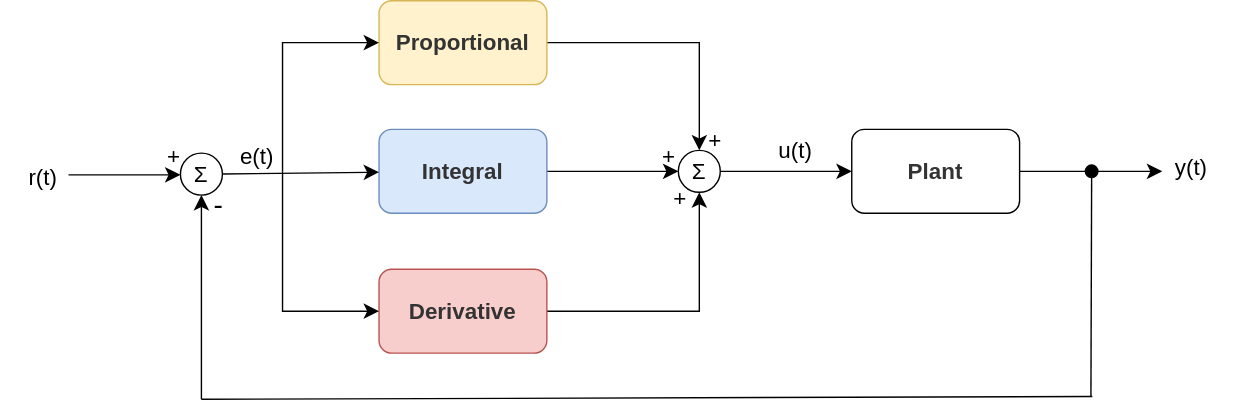
Above: public/images/pid.drawio.svg in alefram/Alefram.github.io (draw.io), before the change. Source tidied: cells renumbered, new cells last; positions are measured from the earlier drawing's top-left corner, leaving out a move shared by most shapes.
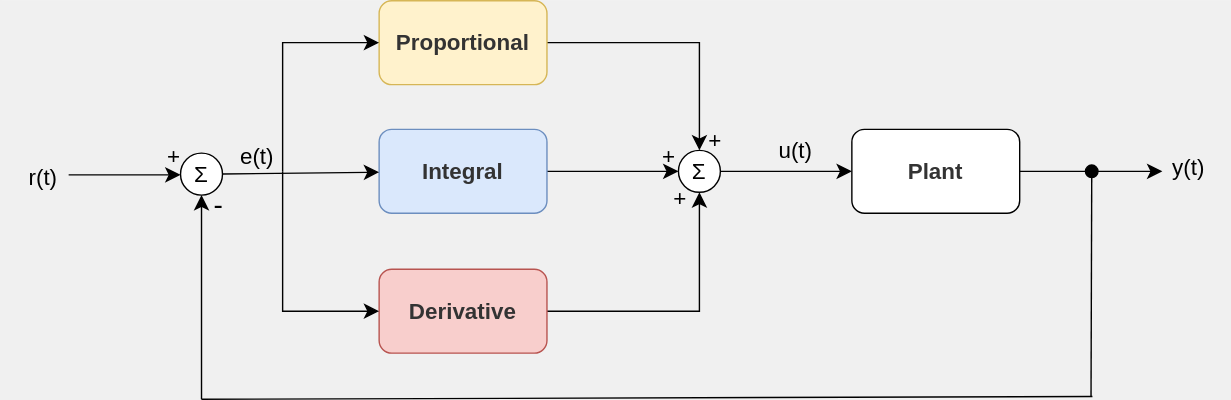
The same file after the commit.

Change to the diagram source:
```diff
@@ -1,4 +1,4 @@
-<mxGraphModel>
+<mxGraphModel background="#F0F0F0">
   <root>
     <mxCell id="0" />
     <mxCell id="1" parent="0" />
@@ -120,7 +120,7 @@
       <mxGeometry x="538" y="92" width="60" height="30" as="geometry" />
     </mxCell>
     <mxCell id="30" value="y(t)" style="text;strokeColor=none;fillColor=none;html=1;align=center;verticalAlign=middle;whiteSpace=wrap;rounded=0;fontSize=16;" parent="1" vertex="1">
-      <mxGeometry x="821" y="104" width="60" height="30" as="geometry" />
+      <mxGeometry x="819" y="103.5" width="60" height="30" as="geometry" />
     </mxCell>
   </root>
 </mxGraphModel>
```
